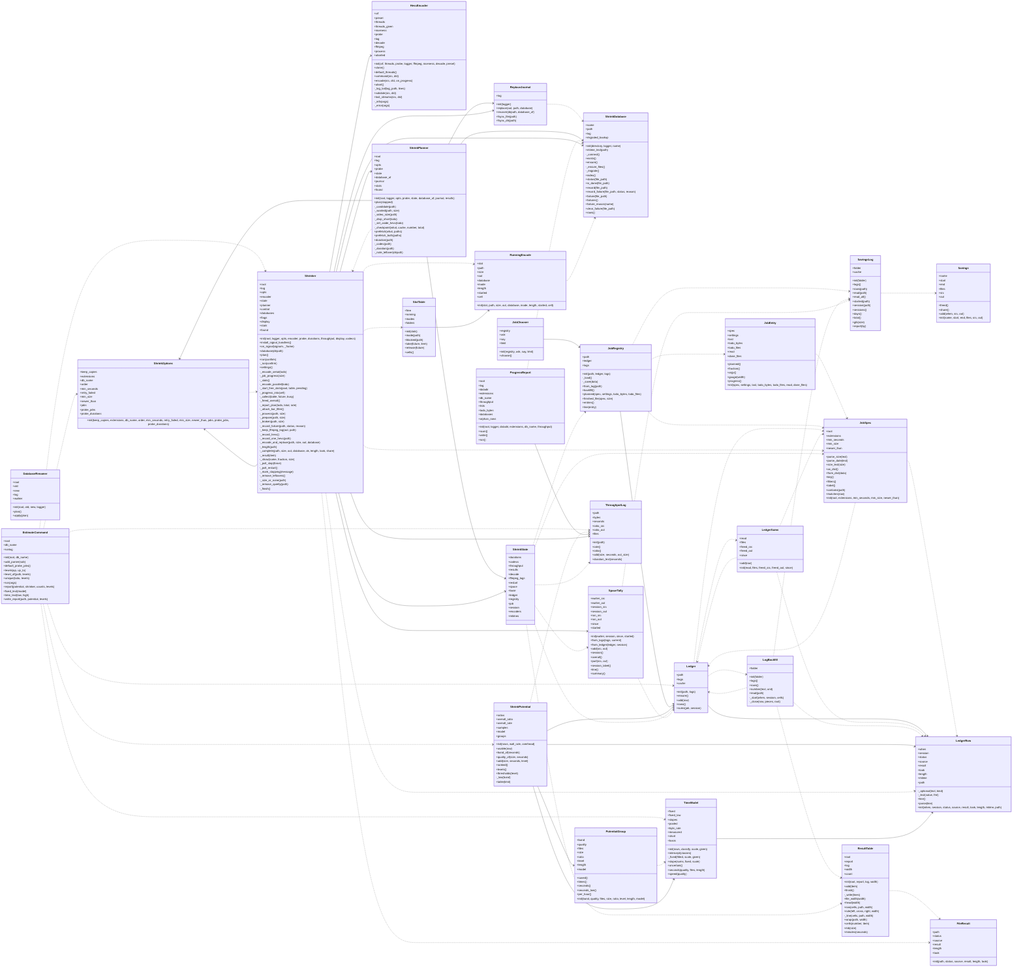
Earlier version of the Mermaid export docs/img/uml_shrink.png (peddanet/mediatools). Its source is kept beside it as docs/img/uml_shrink.mmd.
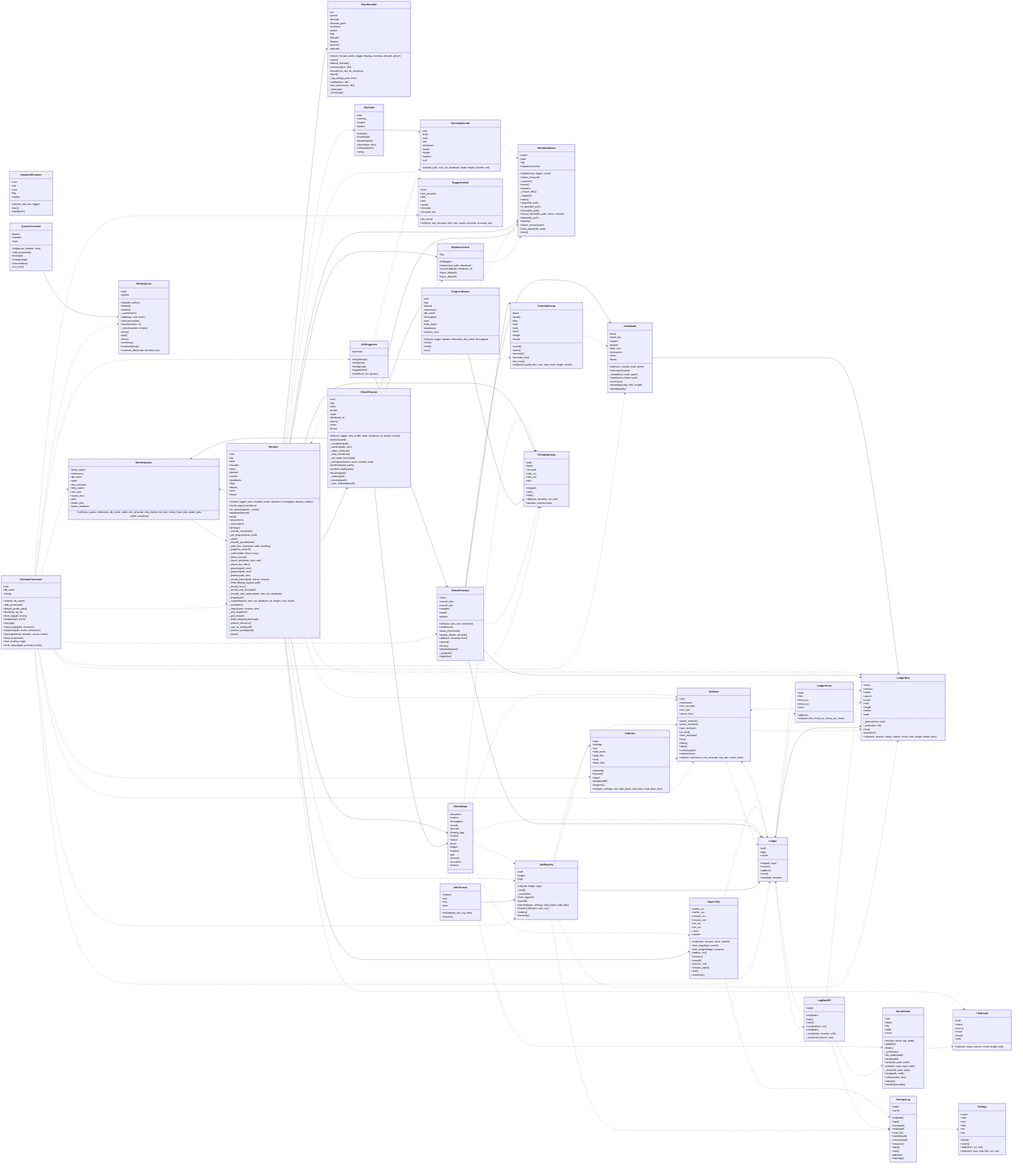
After the change.

The edit, as a diff of the source:
```diff
@@ -68,6 +68,8 @@
     +level_of(path, levels)
     +unique(todo, levels)
     +run(args)
+    +report_jobs(jobs, uncertain)
+    +enqueue(jobs, levels, extensions)
     +report(potential, shrinker, counts, levels)
     +fixed_text(model)
     +time_text(low, high)
@@ -115,7 +117,7 @@
     +from_log(path)
     +backfill()
     +planned(spec, settings, todo_bytes, todo_files)
-    +finished_file(spec, size)
+    +finished_file(spec, size, row)
     +entries()
     +line(entry)
   }
@@ -136,6 +138,25 @@
     +contains(path)
     +matches(row)
     +init(root, extensions, min_seconds, min_size, newer_than)
+  }
+  class JobSuggester {
+    +potential
+    +init(potential)
+    +low(group)
+    +level(group)
+    +suggest(limit)
+    +total(level, low, groups)
+  }
+  class SuggestedJob {
+    +level
+    +min_seconds
+    +files
+    +size
+    +saved
+    +seconds
+    +seconds_low
+    +per_hour()
+    +init(level, min_seconds, files, size, saved, seconds, seconds_low)
   }
   class ReplaceJournal {
     +log
@@ -279,6 +300,17 @@
     +write()
     +run()
   }
+  class QueueCommand {
+    +queue
+    +validate
+    +start
+    +init(queue, validate, start)
+    +add_parser(sub)
+    +run(args)
+    +change(args)
+    +checked(text)
+    +run_first()
+  }
   class ResultTable {
     +root
     +report
@@ -349,7 +381,7 @@
     -_run(confirm)
     +settings()
     -_encode_serial(todo)
-    -_job_progress(size)
+    -_job_progress(size, path)
     -_slots()
     -_encode_parallel(todo)
     -_start_free_slots(pool, table, pending)
@@ -377,6 +409,24 @@
     -_size_or_none(path)
     -_remove_quietly(path)
     -_finish()
+  }
+  class ShrinkQueue {
+    +path
+    +python
+    +init(path, python)
+    +default()
+    +entries()
+    -_save(entries)
+    +add(args, note, front)
+    +remove(number)
+    +move(number, to)
+    -_check(number, entries)
+    +clear()
+    +pop()
+    +lines()
+    +summary()
+    +command(args)
+    +continue_after(code, declined, run)
   }
   class ShrinkState {
     +durations
@@ -469,10 +519,16 @@
     +seconds(quality, files, length)
     +speed(quality)
   }
+  EstimateCommand ..> JobEntry
+  EstimateCommand ..> JobRegistry
+  EstimateCommand ..> JobSpec
+  EstimateCommand ..> JobSuggester
   EstimateCommand ..> Ledger
   EstimateCommand ..> ShrinkOptions
   EstimateCommand ..> ShrinkPotential
+  EstimateCommand ..> ShrinkQueue
   EstimateCommand ..> Shrinker
+  EstimateCommand ..> SuggestedJob
   EstimateCommand ..> ThroughputLog
   EstimateCommand ..> TimeModel
   JobChooser --> JobRegistry
@@ -480,9 +536,13 @@
   JobRegistry ..> JobEntry
   JobRegistry ..> JobSpec
   JobRegistry --> Ledger
+  JobRegistry ..> LedgerRow
   JobRegistry ..> SavingsLog
   JobSpec ..> Ledger
   JobSpec ..> LedgerRow
+  JobSuggester ..> PotentialGroup
+  JobSuggester --> ShrinkPotential
+  JobSuggester ..> SuggestedJob
   ReplaceJournal ..> ShrinkDatabase
   Ledger ..> JobSpec
   Ledger --> LedgerRow
@@ -509,10 +569,12 @@
   ShrinkPotential --> TimeModel
   ProgressReport ..> ShrinkDatabase
   ProgressReport --> ThroughputLog
+  QueueCommand --> ShrinkQueue
   ResultTable ..> FileResult
   SavingsLog ..> Savings
   Shrinker ..> FileResult
   Shrinker --> HevcEncoder
+  Shrinker ..> JobRegistry
   Shrinker ..> JobSpec
   Shrinker ..> LedgerRow
   Shrinker --> ReplaceJournal
```
